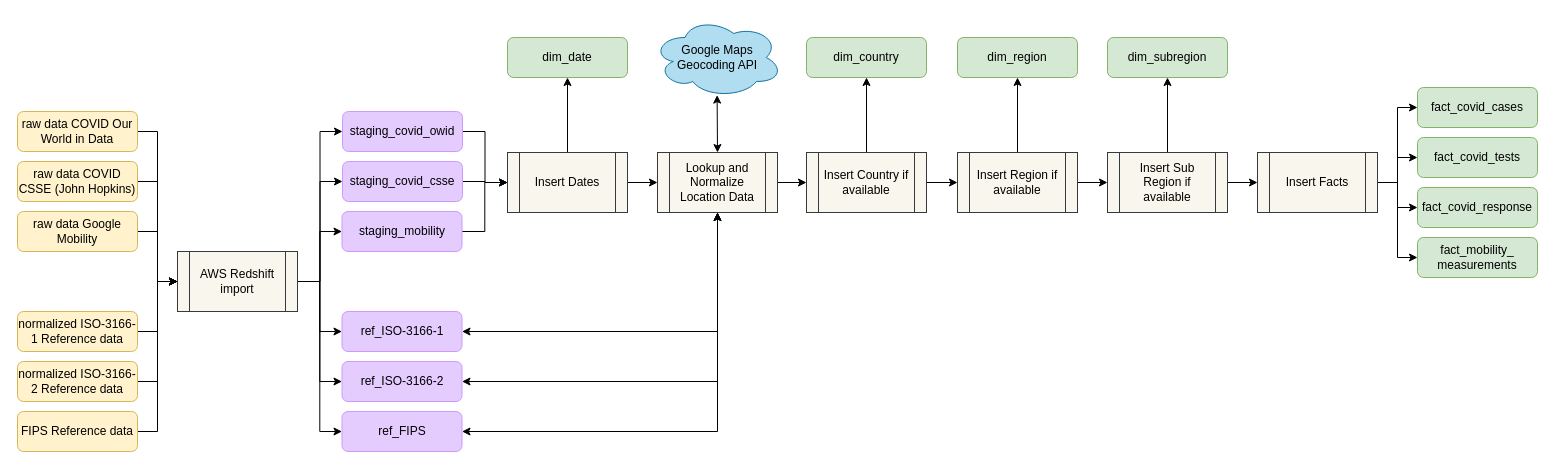
p-friedl/dataeng-capstone keeps this draw.io diagram as drawings/etl.drawio. Above is the earlier version. Source tidied: cells renumbered, new cells numbered last; positions are measured from the earlier drawing's top-left corner, leaving out a move shared by most shapes. Both pictures are drawn from the tidied source at 100%, with x=0, y=0 at pixel (17, 17).
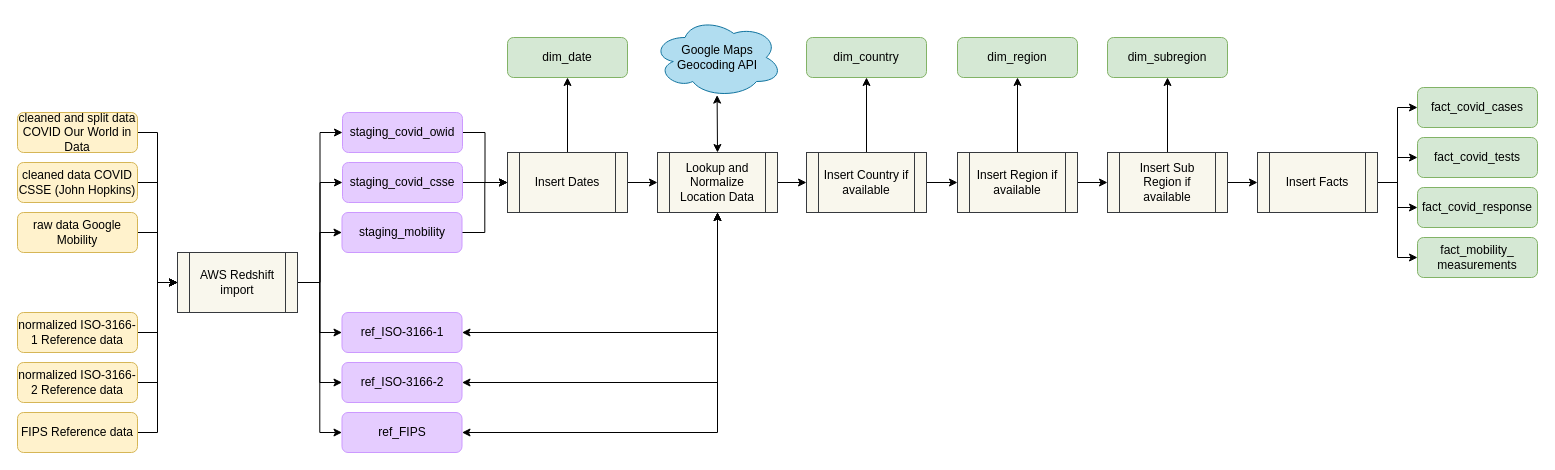
Above is the later version.

Commit message (it also covers changes not shown here):
minor update etl drawing: naming changes

What changed in the source:
```diff
@@
-    <mxCell id="4" value="raw data COVID CSSE (John Hopkins)" style="rounded=1;whiteSpace=wrap;html=1;fontSize=12;glass=0;strokeWidth=1;shadow=0;fillColor=#fff2cc;strokeColor=#d6b656;" parent="1" vertex="1">
-      <mxGeometry y="144" width="120" height="40" as="geometry" />
+    <mxCell id="4" value="cleaned data COVID CSSE (John Hopkins)" style="rounded=1;whiteSpace=wrap;html=1;fontSize=12;glass=0;strokeWidth=1;shadow=0;fillColor=#fff2cc;strokeColor=#d6b656;" parent="1" vertex="1">
+      <mxGeometry y="145" width="120" height="40" as="geometry" />
     </mxCell>
@@
-    <mxCell id="6" value="raw data COVID Our World in Data" style="rounded=1;whiteSpace=wrap;html=1;fontSize=12;glass=0;strokeWidth=1;shadow=0;fillColor=#fff2cc;strokeColor=#d6b656;" parent="1" vertex="1">
-      <mxGeometry y="94" width="120" height="40" as="geometry" />
+    <mxCell id="6" value="cleaned and split data COVID Our World in Data" style="rounded=1;whiteSpace=wrap;html=1;fontSize=12;glass=0;strokeWidth=1;shadow=0;fillColor=#fff2cc;strokeColor=#d6b656;" parent="1" vertex="1">
+      <mxGeometry y="95" width="120" height="40" as="geometry" />
     </mxCell>
@@
     <mxCell id="8" value="raw data Google Mobility" style="rounded=1;whiteSpace=wrap;html=1;fontSize=12;glass=0;strokeWidth=1;shadow=0;fillColor=#fff2cc;strokeColor=#d6b656;" parent="1" vertex="1">
-      <mxGeometry y="194" width="120" height="40" as="geometry" />
+      <mxGeometry y="195" width="120" height="40" as="geometry" />
     </mxCell>
@@
     <mxCell id="10" value="normalized ISO-3166-1 Reference data" style="rounded=1;whiteSpace=wrap;html=1;fontSize=12;glass=0;strokeWidth=1;shadow=0;fillColor=#fff2cc;strokeColor=#d6b656;" parent="1" vertex="1">
-      <mxGeometry y="294" width="120" height="40" as="geometry" />
+      <mxGeometry y="295" width="120" height="40" as="geometry" />
     </mxCell>
@@
     <mxCell id="12" value="normalized ISO-3166-2 Reference data" style="rounded=1;whiteSpace=wrap;html=1;fontSize=12;glass=0;strokeWidth=1;shadow=0;fillColor=#fff2cc;strokeColor=#d6b656;" parent="1" vertex="1">
-      <mxGeometry y="344" width="120" height="40" as="geometry" />
+      <mxGeometry y="345" width="120" height="40" as="geometry" />
     </mxCell>
@@
     <mxCell id="14" value="FIPS Reference data" style="rounded=1;whiteSpace=wrap;html=1;fontSize=12;glass=0;strokeWidth=1;shadow=0;fillColor=#fff2cc;strokeColor=#d6b656;" parent="1" vertex="1">
-      <mxGeometry y="394" width="120" height="40" as="geometry" />
+      <mxGeometry y="395" width="120" height="40" as="geometry" />
     </mxCell>
@@
     <mxCell id="21" value="AWS Redshift import" style="shape=process;whiteSpace=wrap;html=1;backgroundOutline=1;fillColor=#f9f7ed;strokeColor=#36393d;" parent="1" vertex="1">
-      <mxGeometry x="160" y="234" width="120" height="60" as="geometry" />
+      <mxGeometry x="160" y="235" width="120" height="60" as="geometry" />
     </mxCell>
@@
     <mxCell id="23" value="staging_covid_csse" style="rounded=1;whiteSpace=wrap;html=1;fontSize=12;glass=0;strokeWidth=1;shadow=0;fillColor=#E5CCFF;strokeColor=#CC99FF;" parent="1" vertex="1">
-      <mxGeometry x="325" y="144" width="120" height="40" as="geometry" />
+      <mxGeometry x="325" y="145" width="120" height="40" as="geometry" />
     </mxCell>
@@
     <mxCell id="25" value="staging_covid_owid" style="rounded=1;whiteSpace=wrap;html=1;fontSize=12;glass=0;strokeWidth=1;shadow=0;fillColor=#E5CCFF;strokeColor=#CC99FF;" parent="1" vertex="1">
-      <mxGeometry x="325" y="94" width="120" height="40" as="geometry" />
+      <mxGeometry x="325" y="95" width="120" height="40" as="geometry" />
     </mxCell>
@@
     <mxCell id="27" value="staging_mobility" style="rounded=1;whiteSpace=wrap;html=1;fontSize=12;glass=0;strokeWidth=1;shadow=0;fillColor=#E5CCFF;strokeColor=#CC99FF;" parent="1" vertex="1">
-      <mxGeometry x="324.5" y="194" width="120" height="40" as="geometry" />
+      <mxGeometry x="324.5" y="195" width="120" height="40" as="geometry" />
     </mxCell>
     <mxCell id="28" value="ref_ISO-3166-1" style="rounded=1;whiteSpace=wrap;html=1;fontSize=12;glass=0;strokeWidth=1;shadow=0;fillColor=#E5CCFF;strokeColor=#CC99FF;" parent="1" vertex="1">
-      <mxGeometry x="324.5" y="294" width="120" height="40" as="geometry" />
+      <mxGeometry x="324.5" y="295" width="120" height="40" as="geometry" />
     </mxCell>
     <mxCell id="29" value="ref_ISO-3166-2" style="rounded=1;whiteSpace=wrap;html=1;fontSize=12;glass=0;strokeWidth=1;shadow=0;fillColor=#E5CCFF;strokeColor=#CC99FF;" parent="1" vertex="1">
-      <mxGeometry x="324.5" y="344" width="120" height="40" as="geometry" />
+      <mxGeometry x="324.5" y="345" width="120" height="40" as="geometry" />
     </mxCell>
     <mxCell id="30" value="ref_FIPS" style="rounded=1;whiteSpace=wrap;html=1;fontSize=12;glass=0;strokeWidth=1;shadow=0;fillColor=#E5CCFF;strokeColor=#CC99FF;" parent="1" vertex="1">
-      <mxGeometry x="324.5" y="394" width="120" height="40" as="geometry" />
+      <mxGeometry x="324.5" y="395" width="120" height="40" as="geometry" />
     </mxCell>
```
